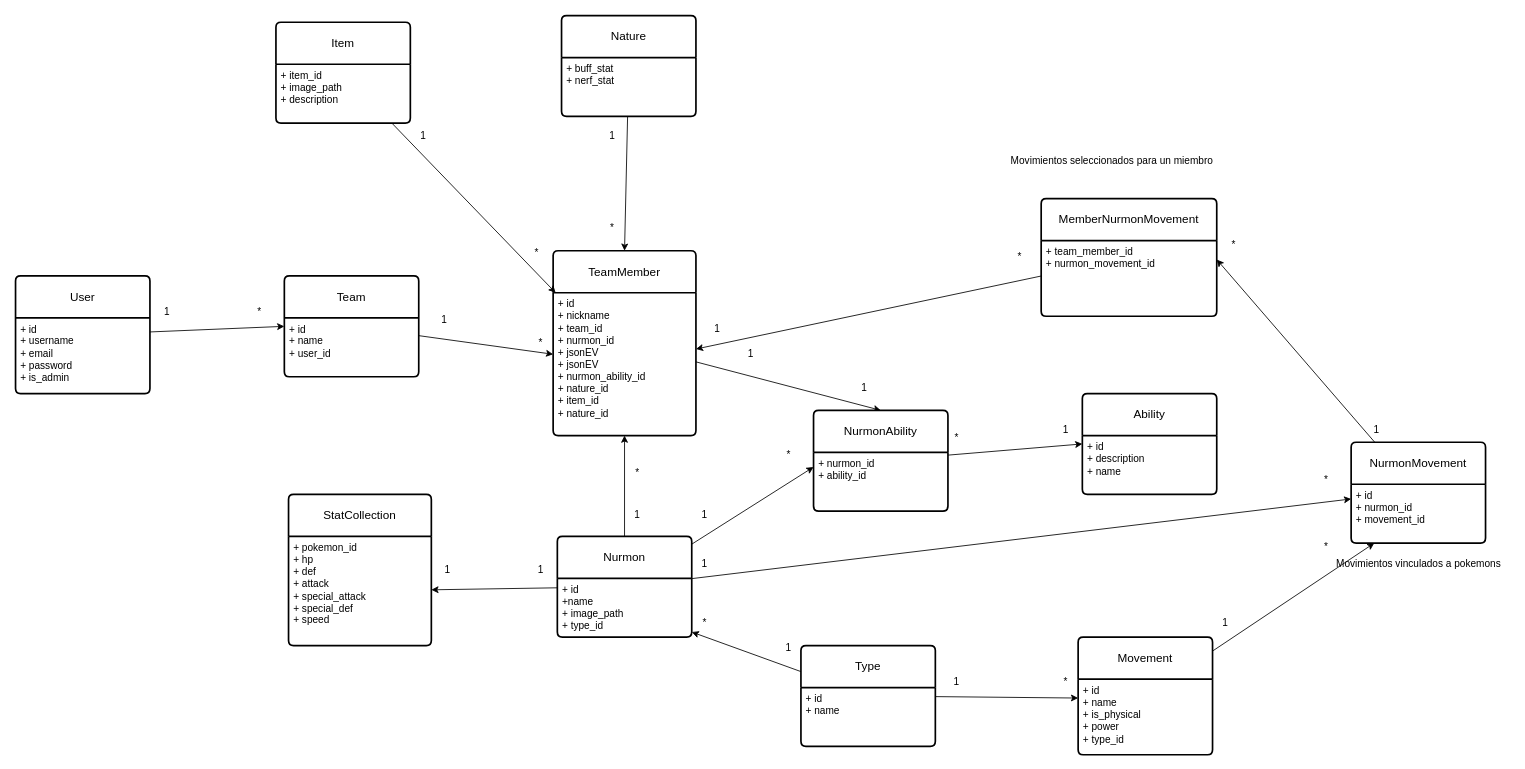
This is page "Página-2" (2 of 2) of backend/design/nurmon_team_design.drawio from CrimsomDuke/NurmonTeam, a draw.io file, before an edit. Source tidied: cells renumbered, new cells numbered last; positions are measured from the earlier drawing's top-left corner, leaving out a move shared by most shapes. Both pictures are drawn from the tidied source at 84%, with x=0, y=0 at pixel (15, 15).
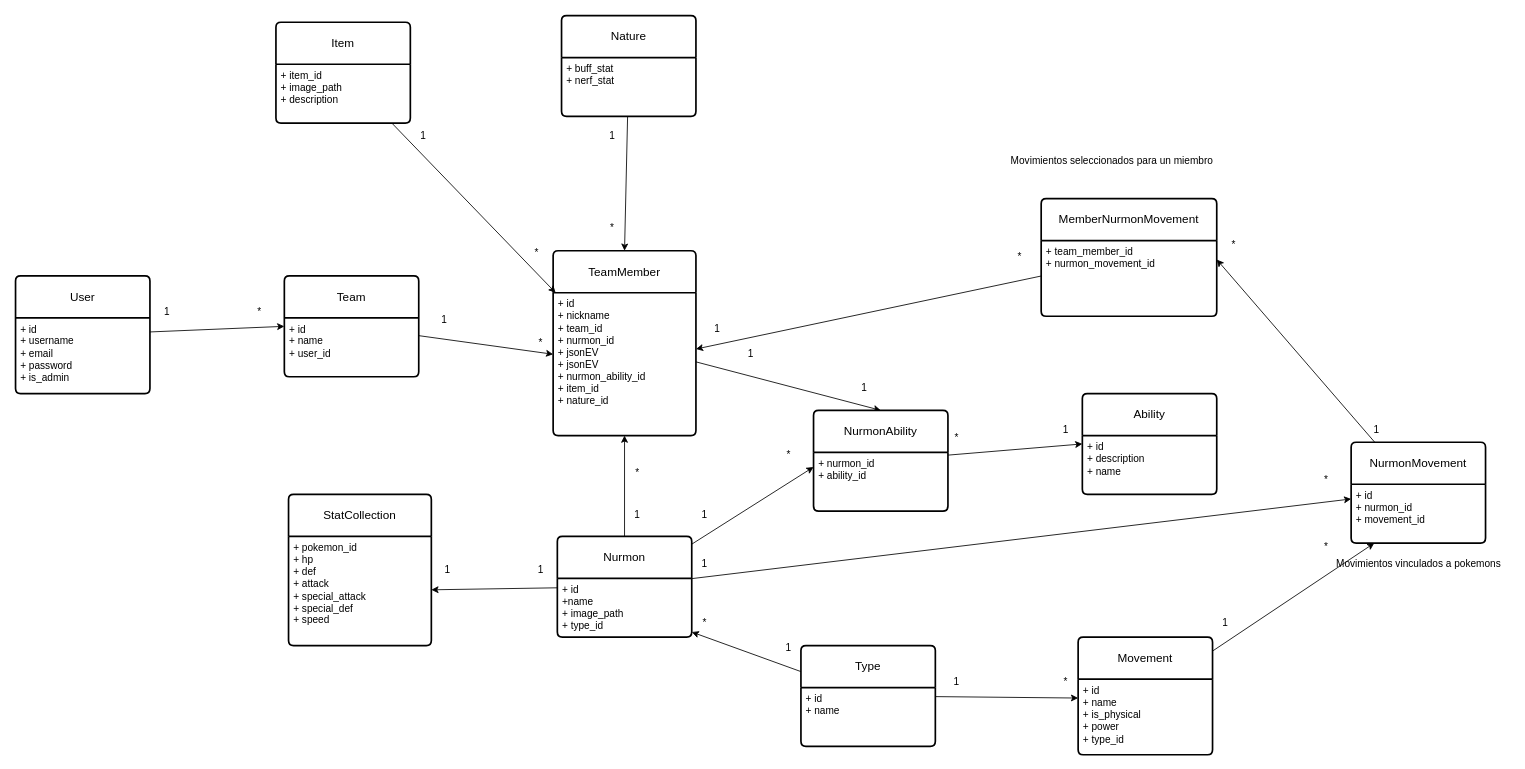
The same page after the edit.

The change refers to these unchanged cells:
```xml
<mxCell id="9" value="TeamMember" style="swimlane;horizontal=1;startSize=50;rounded=1;fontSize=14;fontStyle=0;strokeWidth=2;shadow=0;dashed=0;align=center;arcSize=4;whiteSpace=wrap;html=1;" parent="1" vertex="1">
  <mxGeometry x="640" y="280" width="170" height="220" as="geometry" />
</mxCell>
```

What changed in the source:
```diff
@@
-    <mxCell id="10" value="&lt;div&gt;+ id&lt;/div&gt;+ nickname&lt;div&gt;+ team_id&lt;/div&gt;&lt;div&gt;+ nurmon_id&lt;/div&gt;&lt;div&gt;+ jsonEV&lt;/div&gt;&lt;div&gt;+ jsonEV&lt;/div&gt;&lt;div&gt;+ nurmon_ability_id&lt;/div&gt;&lt;div&gt;+ nature_id&lt;/div&gt;&lt;div&gt;+ item_id&lt;/div&gt;&lt;div&gt;+ nature_id&lt;/div&gt;" style="align=left;strokeColor=none;fillColor=none;spacingLeft=4;spacingRight=4;fontSize=12;verticalAlign=top;html=1;whiteSpace=wrap;" parent="9" vertex="1">
+    <mxCell id="10" value="&lt;div&gt;+ id&lt;/div&gt;+ nickname&lt;div&gt;+ team_id&lt;/div&gt;&lt;div&gt;+ nurmon_id&lt;/div&gt;&lt;div&gt;+ jsonEV&lt;/div&gt;&lt;div&gt;+ jsonEV&lt;/div&gt;&lt;div&gt;+ nurmon_ability_id&lt;/div&gt;&lt;div&gt;+ item_id&lt;/div&gt;&lt;div&gt;+ nature_id&lt;/div&gt;" style="align=left;strokeColor=none;fillColor=none;spacingLeft=4;spacingRight=4;fontSize=12;verticalAlign=top;html=1;whiteSpace=wrap;" parent="9" vertex="1">
       <mxGeometry y="50" width="170" height="170" as="geometry" />
     </mxCell>
```
